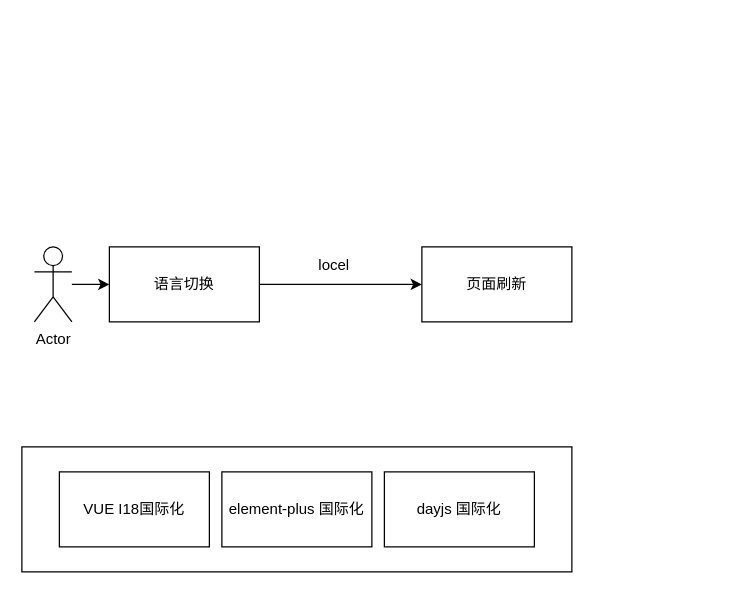
Above: src/diagrams/marketing/多语言.drawio in 2632755669/draw.io-diagrams (draw.io), before the change. Source tidied: cells renumbered, new cells numbered last; positions are measured from the earlier drawing's top-left corner, leaving out a move shared by most shapes. Both pictures are drawn from the tidied source at 125%, with x=0, y=0 at pixel (21, 246).
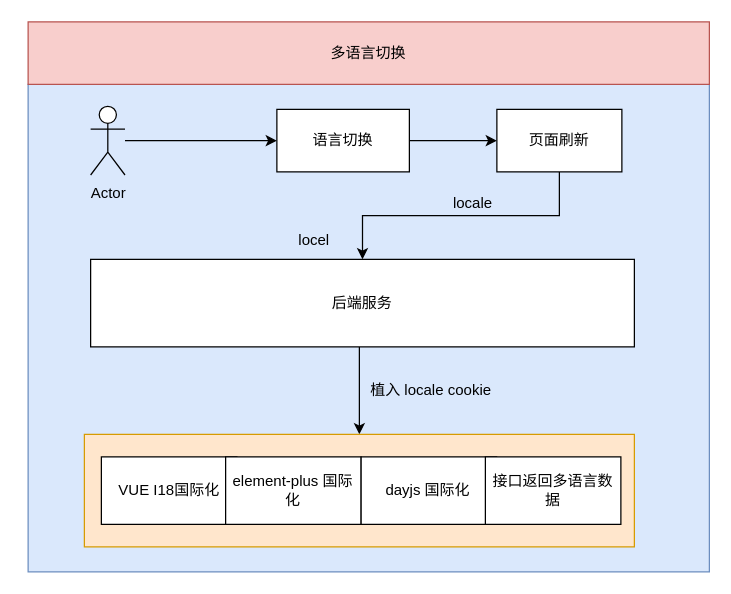
Above is the later version.

Commit message (it also covers changes not shown here):
更新多语言.drawio

The edit, as a diff of the source:
```diff
@@
-    <mxCell id="2" style="rounded=0;whiteSpace=wrap;html=1;" parent="1" vertex="1">
-      <mxGeometry y="160" width="440" height="100" as="geometry" />
-    </mxCell>
+    <mxCell id="12" style="group;" parent="1" vertex="1">
+      <mxGeometry x="5" y="-180" width="545" height="440" as="geometry" />
+    </mxCell>
+    <mxCell id="13" style="rounded=0;whiteSpace=wrap;html=1;fillColor=#dae8fc;strokeColor=#6c8ebf;" parent="12" vertex="1">
+      <mxGeometry y="50" width="545" height="390" as="geometry" />
+    </mxCell>
-    <mxCell id="3" style="edgeStyle=orthogonalEdgeStyle;rounded=0;jettySize=auto;html=1;" parent="1" edge="1" source="4" target="10">
+    <mxCell id="3" style="edgeStyle=orthogonalEdgeStyle;rounded=0;jettySize=auto;html=1;" parent="12" edge="1" source="4" target="10">
       <mxGeometry relative="1" as="geometry" />
     </mxCell>
-    <mxCell id="4" value="语言切换" style="rounded=0;whiteSpace=wrap;html=1;" parent="1" vertex="1">
-      <mxGeometry x="70" width="120" height="60" as="geometry" />
+    <mxCell id="4" value="语言切换" style="rounded=0;whiteSpace=wrap;html=1;" parent="12" vertex="1">
+      <mxGeometry x="199" y="70" width="106" height="50" as="geometry" />
     </mxCell>
-    <mxCell id="5" style="edgeStyle=orthogonalEdgeStyle;rounded=0;jettySize=auto;html=1;" parent="1" edge="1" source="6" target="4">
+    <mxCell id="5" style="edgeStyle=orthogonalEdgeStyle;rounded=0;jettySize=auto;html=1;" parent="12" edge="1" source="6" target="4">
       <mxGeometry relative="1" as="geometry" />
     </mxCell>
-    <mxCell id="6" value="Actor" style="shape=umlActor;verticalLabelPosition=bottom;verticalAlign=top;html=1;outlineConnect=0;" parent="1" vertex="1">
-      <mxGeometry x="10" width="30" height="60" as="geometry" />
+    <mxCell id="6" value="Actor" style="shape=umlActor;verticalLabelPosition=bottom;verticalAlign=top;html=1;outlineConnect=0;" parent="12" vertex="1">
+      <mxGeometry x="50" y="67.5" width="27.5" height="55" as="geometry" />
     </mxCell>
+    <mxCell id="14" style="edgeStyle=orthogonalEdgeStyle;rounded=0;jettySize=auto;html=1;" parent="12" edge="1" source="10" target="15">
+      <mxGeometry relative="1" as="geometry" />
+    </mxCell>
+    <mxCell id="10" value="页面刷新" style="rounded=0;whiteSpace=wrap;html=1;" parent="12" vertex="1">
+      <mxGeometry x="375" y="70" width="100" height="50" as="geometry" />
+    </mxCell>
+    <mxCell id="15" value="后端服务" style="rounded=0;whiteSpace=wrap;html=1;" parent="12" vertex="1">
+      <mxGeometry x="50" y="190" width="435" height="70" as="geometry" />
+    </mxCell>
+    <mxCell id="16" value="locale" style="text;html=1;align=center;verticalAlign=middle;whiteSpace=wrap;rounded=0;" parent="12" vertex="1">
+      <mxGeometry x="326.4" y="130" width="60" height="30" as="geometry" />
+    </mxCell>
+    <mxCell id="17" style="endArrow=classic;html=1;rounded=0;entryX=0.5;entryY=0;entryDx=0;entryDy=0;entryPerimeter=0;" parent="12" edge="1" target="2">
+      <mxGeometry relative="1" as="geometry">
+        <mxPoint x="265" y="260" as="sourcePoint" />
+      </mxGeometry>
+    </mxCell>
+    <mxCell id="18" value="植入 locale cookie" style="text;html=1;align=center;verticalAlign=middle;whiteSpace=wrap;rounded=0;" parent="12" vertex="1">
+      <mxGeometry x="270" y="280" width="105" height="30" as="geometry" />
+    </mxCell>
+    <mxCell id="2" style="rounded=0;whiteSpace=wrap;html=1;fillColor=#ffe6cc;strokeColor=#d79b00;" parent="12" vertex="1">
+      <mxGeometry x="45" y="330" width="440" height="90" as="geometry" />
+    </mxCell>
-    <mxCell id="7" value="VUE I18国际化" style="rounded=0;whiteSpace=wrap;html=1;" parent="1" vertex="1">
-      <mxGeometry x="30" y="180" width="120" height="60" as="geometry" />
+    <mxCell id="7" value="VUE I18国际化" style="rounded=0;whiteSpace=wrap;html=1;" parent="12" vertex="1">
+      <mxGeometry x="58.6" y="348" width="108.4" height="54" as="geometry" />
     </mxCell>
-    <mxCell id="8" value="element-plus 国际化" style="rounded=0;whiteSpace=wrap;html=1;" parent="1" vertex="1">
-      <mxGeometry x="160" y="180" width="120" height="60" as="geometry" />
+    <mxCell id="8" value="element-plus 国际化" style="rounded=0;whiteSpace=wrap;html=1;" parent="12" vertex="1">
+      <mxGeometry x="158" y="348" width="108.4" height="54" as="geometry" />
     </mxCell>
-    <mxCell id="9" value="dayjs 国际化" style="rounded=0;whiteSpace=wrap;html=1;" parent="1" vertex="1">
-      <mxGeometry x="290" y="180" width="120" height="60" as="geometry" />
+    <mxCell id="9" value="dayjs 国际化" style="rounded=0;whiteSpace=wrap;html=1;" parent="12" vertex="1">
+      <mxGeometry x="266.4" y="348" width="108.4" height="54" as="geometry" />
     </mxCell>
-    <mxCell id="10" value="页面刷新" style="rounded=0;whiteSpace=wrap;html=1;" parent="1" vertex="1">
-      <mxGeometry x="320" width="120" height="60" as="geometry" />
-    </mxCell>
+    <mxCell id="19" value="接口返回多语言数据" style="rounded=0;whiteSpace=wrap;html=1;" parent="12" vertex="1">
+      <mxGeometry x="365.8" y="348" width="108.4" height="54" as="geometry" />
+    </mxCell>
+    <mxCell id="20" value="多语言切换" style="rounded=0;whiteSpace=wrap;html=1;fillColor=#f8cecc;strokeColor=#b85450;" parent="12" vertex="1">
+      <mxGeometry width="545" height="50" as="geometry" />
+    </mxCell>
-    <mxCell id="11" value="locel" style="text;html=1;align=center;verticalAlign=middle;whiteSpace=wrap;rounded=0;" parent="1" vertex="1">
-      <mxGeometry x="220" width="60" height="30" as="geometry" />
+    <mxCell id="11" value="locel" style="text;html=1;align=center;verticalAlign=middle;whiteSpace=wrap;rounded=0;" parent="12" vertex="1">
+      <mxGeometry x="199" y="160" width="60" height="30" as="geometry" />
     </mxCell>
```
